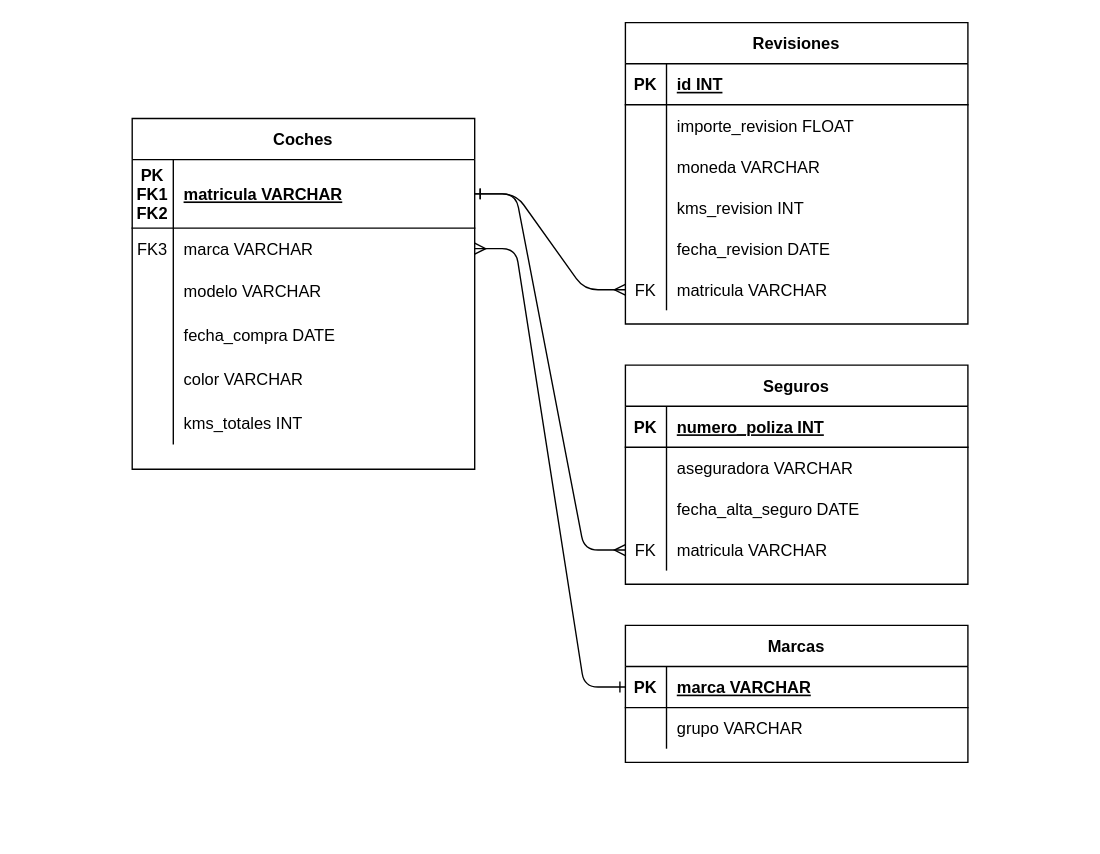
Before: PrácticaBBDD23.drawio in Marcnava/Practica-Bases-de-Datos, a draw.io diagram. Source tidied: cells renumbered, new cells numbered last; positions are measured from the earlier drawing's top-left corner, leaving out a move shared by most shapes. Both pictures are drawn from the tidied source at 137%, with x=0, y=0 at pixel (-1019, 22).
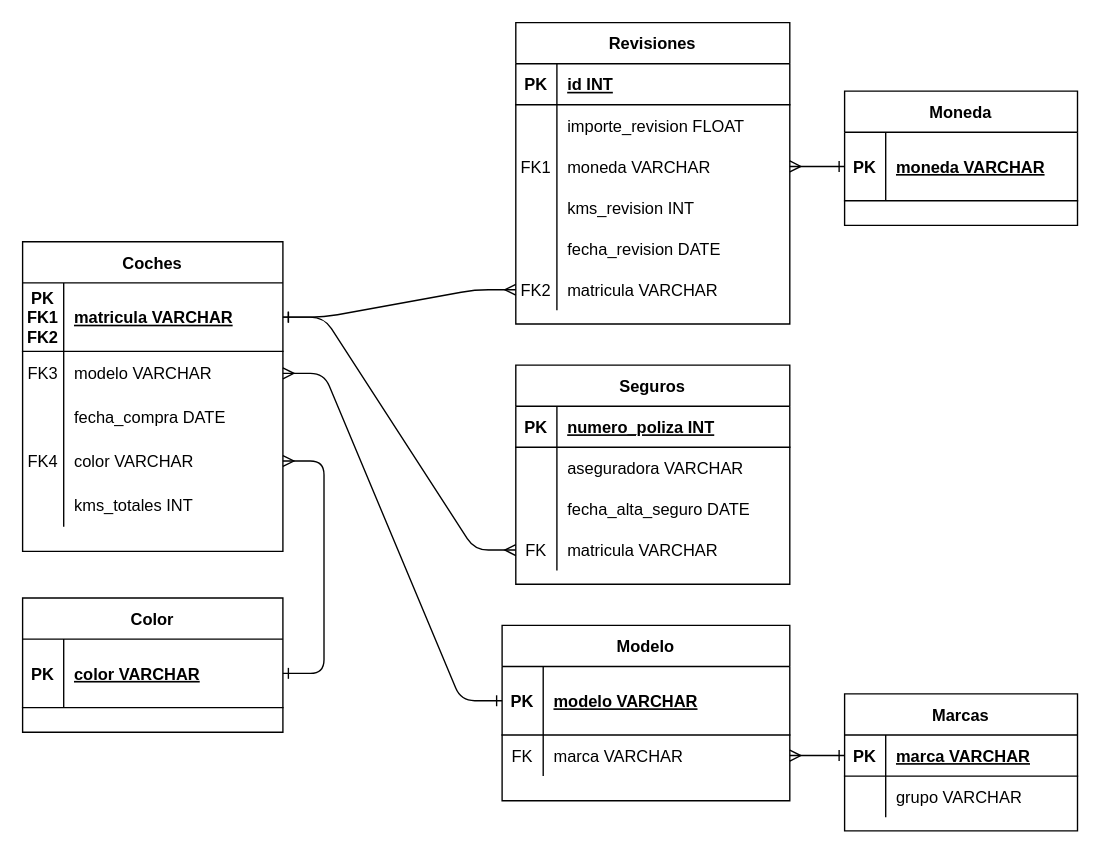
Above is the later version.

What changed in the source:
```diff
@@
     <mxCell id="2" value="Seguros" style="shape=table;startSize=30;childLayout=tableLayout;rowLines=0;fontStyle=1;align=center;" parent="1" vertex="1">
-      <mxGeometry x="1200" y="250" width="250" height="160" as="geometry" />
+      <mxGeometry x="1120" y="250" width="200" height="160" as="geometry" />
     </mxCell>
     <mxCell id="3" style="shape=partialRectangle;fillColor=none;top=0;left=0;right=0;bottom=1;" parent="2" vertex="1">
-      <mxGeometry y="30" width="250" height="30" as="geometry" />
+      <mxGeometry y="30" width="200" height="30" as="geometry" />
     </mxCell>
@@
     <mxCell id="5" value="numero_poliza INT" style="shape=partialRectangle;overflow=hidden;fillColor=none;top=0;left=0;bottom=0;right=0;align=left;spacingLeft=6;fontStyle=5;" parent="3" vertex="1">
-      <mxGeometry x="30" width="220" height="30" as="geometry" />
+      <mxGeometry x="30" width="170" height="30" as="geometry" />
     </mxCell>
     <mxCell id="6" style="shape=partialRectangle;fillColor=none;top=0;left=0;right=0;bottom=0;" parent="2" vertex="1">
-      <mxGeometry y="60" width="250" height="30" as="geometry" />
+      <mxGeometry y="60" width="200" height="30" as="geometry" />
     </mxCell>
@@
     <mxCell id="8" value="aseguradora VARCHAR" style="shape=partialRectangle;overflow=hidden;fillColor=none;top=0;left=0;bottom=0;right=0;align=left;spacingLeft=6;" parent="6" vertex="1">
-      <mxGeometry x="30" width="220" height="30" as="geometry" />
+      <mxGeometry x="30" width="170" height="30" as="geometry" />
     </mxCell>
     <mxCell id="9" style="shape=partialRectangle;fillColor=none;top=0;left=0;right=0;bottom=0;" parent="2" vertex="1">
-      <mxGeometry y="90" width="250" height="30" as="geometry" />
+      <mxGeometry y="90" width="200" height="30" as="geometry" />
     </mxCell>
@@
     <mxCell id="11" value="fecha_alta_seguro DATE" style="shape=partialRectangle;overflow=hidden;fillColor=none;top=0;left=0;bottom=0;right=0;align=left;spacingLeft=6;" parent="9" vertex="1">
-      <mxGeometry x="30" width="220" height="30" as="geometry" />
+      <mxGeometry x="30" width="170" height="30" as="geometry" />
     </mxCell>
     <mxCell id="12" style="shape=partialRectangle;fillColor=none;points=[[0,0.5],[1,0.5]];portConstraint=eastwest;top=0;left=0;right=0;bottom=0;" parent="2" vertex="1">
-      <mxGeometry y="120" width="250" height="30" as="geometry" />
+      <mxGeometry y="120" width="200" height="30" as="geometry" />
     </mxCell>
@@
     <mxCell id="14" value="matricula VARCHAR" style="shape=partialRectangle;overflow=hidden;fillColor=none;top=0;left=0;bottom=0;right=0;align=left;spacingLeft=6;" parent="12" vertex="1">
-      <mxGeometry x="30" width="220" height="30" as="geometry" />
+      <mxGeometry x="30" width="170" height="30" as="geometry" />
     </mxCell>
     <mxCell id="15" value="Revisiones" style="shape=table;startSize=30;childLayout=tableLayout;rowLines=0;fontStyle=1;align=center;" parent="1" vertex="1">
-      <mxGeometry x="1200" width="250" height="220" as="geometry" />
+      <mxGeometry x="1120" width="200" height="220" as="geometry" />
     </mxCell>
     <mxCell id="16" style="shape=partialRectangle;fillColor=none;top=0;left=0;right=0;bottom=1;" parent="15" vertex="1">
-      <mxGeometry y="30" width="250" height="30" as="geometry" />
+      <mxGeometry y="30" width="200" height="30" as="geometry" />
     </mxCell>
@@
     <mxCell id="18" value="id INT" style="shape=partialRectangle;overflow=hidden;fillColor=none;top=0;left=0;bottom=0;right=0;align=left;spacingLeft=6;fontStyle=5;" parent="16" vertex="1">
-      <mxGeometry x="30" width="220" height="30" as="geometry" />
+      <mxGeometry x="30" width="170" height="30" as="geometry" />
     </mxCell>
     <mxCell id="19" style="shape=partialRectangle;fillColor=none;top=0;left=0;right=0;bottom=0;" parent="15" vertex="1">
-      <mxGeometry y="60" width="250" height="30" as="geometry" />
+      <mxGeometry y="60" width="200" height="30" as="geometry" />
     </mxCell>
@@
     <mxCell id="21" value="importe_revision FLOAT" style="shape=partialRectangle;overflow=hidden;fillColor=none;top=0;left=0;bottom=0;right=0;align=left;spacingLeft=6;" parent="19" vertex="1">
-      <mxGeometry x="30" width="220" height="30" as="geometry" />
+      <mxGeometry x="30" width="170" height="30" as="geometry" />
     </mxCell>
     <mxCell id="22" style="shape=partialRectangle;fillColor=none;points=[[0,0.5],[1,0.5]];portConstraint=eastwest;top=0;left=0;right=0;bottom=0;" parent="15" vertex="1">
-      <mxGeometry y="90" width="250" height="30" as="geometry" />
+      <mxGeometry y="90" width="200" height="30" as="geometry" />
     </mxCell>
-    <mxCell id="23" style="shape=partialRectangle;overflow=hidden;fillColor=none;top=0;left=0;bottom=0;right=0;" parent="22" vertex="1">
+    <mxCell id="23" value="FK1" style="shape=partialRectangle;overflow=hidden;fillColor=none;top=0;left=0;bottom=0;right=0;" parent="22" vertex="1">
       <mxGeometry width="30" height="30" as="geometry" />
     </mxCell>
     <mxCell id="24" value="moneda VARCHAR" style="shape=partialRectangle;overflow=hidden;fillColor=none;top=0;left=0;bottom=0;right=0;align=left;spacingLeft=6;" parent="22" vertex="1">
-      <mxGeometry x="30" width="220" height="30" as="geometry" />
+      <mxGeometry x="30" width="170" height="30" as="geometry" />
     </mxCell>
     <mxCell id="25" style="shape=partialRectangle;fillColor=none;top=0;left=0;right=0;bottom=0;" parent="15" vertex="1">
-      <mxGeometry y="120" width="250" height="30" as="geometry" />
+      <mxGeometry y="120" width="200" height="30" as="geometry" />
     </mxCell>
@@
     <mxCell id="27" value="kms_revision INT" style="shape=partialRectangle;overflow=hidden;fillColor=none;top=0;left=0;bottom=0;right=0;align=left;spacingLeft=6;" parent="25" vertex="1">
-      <mxGeometry x="30" width="220" height="30" as="geometry" />
+      <mxGeometry x="30" width="170" height="30" as="geometry" />
     </mxCell>
     <mxCell id="28" style="shape=partialRectangle;fillColor=none;top=0;left=0;right=0;bottom=0;" parent="15" vertex="1">
-      <mxGeometry y="150" width="250" height="30" as="geometry" />
+      <mxGeometry y="150" width="200" height="30" as="geometry" />
     </mxCell>
@@
     <mxCell id="30" value="fecha_revision DATE" style="shape=partialRectangle;overflow=hidden;fillColor=none;top=0;left=0;bottom=0;right=0;align=left;spacingLeft=6;" parent="28" vertex="1">
-      <mxGeometry x="30" width="220" height="30" as="geometry" />
+      <mxGeometry x="30" width="170" height="30" as="geometry" />
     </mxCell>
     <mxCell id="31" style="shape=partialRectangle;fillColor=none;points=[[0,0.5],[1,0.5]];portConstraint=eastwest;top=0;left=0;right=0;bottom=0;" parent="15" vertex="1">
-      <mxGeometry y="180" width="250" height="30" as="geometry" />
+      <mxGeometry y="180" width="200" height="30" as="geometry" />
     </mxCell>
-    <mxCell id="32" value="FK" style="shape=partialRectangle;overflow=hidden;fillColor=none;top=0;left=0;bottom=0;right=0;" parent="31" vertex="1">
+    <mxCell id="32" value="FK2" style="shape=partialRectangle;overflow=hidden;fillColor=none;top=0;left=0;bottom=0;right=0;" parent="31" vertex="1">
       <mxGeometry width="30" height="30" as="geometry" />
     </mxCell>
     <mxCell id="33" value="matricula VARCHAR" style="shape=partialRectangle;overflow=hidden;fillColor=none;top=0;left=0;bottom=0;right=0;align=left;spacingLeft=6;" parent="31" vertex="1">
-      <mxGeometry x="30" width="220" height="30" as="geometry" />
+      <mxGeometry x="30" width="170" height="30" as="geometry" />
     </mxCell>
     <mxCell id="34" value="Coches" style="shape=table;startSize=30;childLayout=tableLayout;rowLines=0;fontStyle=1;align=center;" parent="1" vertex="1">
-      <mxGeometry x="840" y="70" width="250" height="256" as="geometry" />
+      <mxGeometry x="760" y="160" width="190" height="226" as="geometry" />
     </mxCell>
     <mxCell id="35" style="shape=partialRectangle;fillColor=none;points=[[0,0.5],[1,0.5]];portConstraint=eastwest;top=0;left=0;right=0;bottom=1;" parent="34" vertex="1">
-      <mxGeometry y="30" width="250" height="50" as="geometry" />
+      <mxGeometry y="30" width="190" height="50" as="geometry" />
     </mxCell>
@@
     <mxCell id="37" value="matricula VARCHAR" style="shape=partialRectangle;overflow=hidden;fillColor=none;top=0;left=0;bottom=0;right=0;align=left;spacingLeft=6;fontStyle=5;" parent="35" vertex="1">
-      <mxGeometry x="30" width="220" height="50" as="geometry" />
+      <mxGeometry x="30" width="160" height="50" as="geometry" />
     </mxCell>
-    <mxCell id="38" style="shape=partialRectangle;fillColor=none;points=[[0,0.5],[1,0.5]];portConstraint=eastwest;top=0;left=0;right=0;bottom=0;" parent="34" vertex="1">
-      <mxGeometry y="80" width="250" height="30" as="geometry" />
-    </mxCell>
-    <mxCell id="39" value="FK3" style="shape=partialRectangle;overflow=hidden;fillColor=none;top=0;left=0;bottom=0;right=0;" parent="38" vertex="1">
-      <mxGeometry width="30" height="30" as="geometry" />
-    </mxCell>
-    <mxCell id="40" value="marca VARCHAR" style="shape=partialRectangle;overflow=hidden;fillColor=none;top=0;left=0;bottom=0;right=0;align=left;spacingLeft=6;" parent="38" vertex="1">
-      <mxGeometry x="30" width="220" height="30" as="geometry" />
-    </mxCell>
     <mxCell id="41" style="shape=partialRectangle;fillColor=none;points=[[0,0.5],[1,0.5]];portConstraint=eastwest;top=0;left=0;right=0;bottom=0;" parent="34" vertex="1">
-      <mxGeometry y="110" width="250" height="32" as="geometry" />
+      <mxGeometry y="80" width="190" height="32" as="geometry" />
     </mxCell>
-    <mxCell id="42" style="shape=partialRectangle;overflow=hidden;fillColor=none;top=0;left=0;bottom=0;right=0;" parent="41" vertex="1">
+    <mxCell id="42" value="FK3" style="shape=partialRectangle;overflow=hidden;fillColor=none;top=0;left=0;bottom=0;right=0;" parent="41" vertex="1">
       <mxGeometry width="30" height="32" as="geometry" />
     </mxCell>
     <mxCell id="43" value="modelo VARCHAR" style="shape=partialRectangle;overflow=hidden;fillColor=none;top=0;left=0;bottom=0;right=0;align=left;spacingLeft=6;" parent="41" vertex="1">
-      <mxGeometry x="30" width="220" height="32" as="geometry" />
+      <mxGeometry x="30" width="160" height="32" as="geometry" />
     </mxCell>
     <mxCell id="44" style="shape=partialRectangle;fillColor=none;top=0;left=0;right=0;bottom=0;" parent="34" vertex="1">
-      <mxGeometry y="142" width="250" height="32" as="geometry" />
+      <mxGeometry y="112" width="190" height="32" as="geometry" />
     </mxCell>
@@
     <mxCell id="46" value="fecha_compra DATE" style="shape=partialRectangle;overflow=hidden;fillColor=none;top=0;left=0;bottom=0;right=0;align=left;spacingLeft=6;" parent="44" vertex="1">
-      <mxGeometry x="30" width="220" height="32" as="geometry" />
+      <mxGeometry x="30" width="160" height="32" as="geometry" />
     </mxCell>
     <mxCell id="47" style="shape=partialRectangle;fillColor=none;points=[[0,0.5],[1,0.5]];portConstraint=eastwest;top=0;left=0;right=0;bottom=0;" parent="34" vertex="1">
-      <mxGeometry y="174" width="250" height="32" as="geometry" />
+      <mxGeometry y="144" width="190" height="32" as="geometry" />
     </mxCell>
-    <mxCell id="48" style="shape=partialRectangle;overflow=hidden;fillColor=none;top=0;left=0;bottom=0;right=0;" parent="47" vertex="1">
+    <mxCell id="48" value="FK4" style="shape=partialRectangle;overflow=hidden;fillColor=none;top=0;left=0;bottom=0;right=0;" parent="47" vertex="1">
       <mxGeometry width="30" height="32" as="geometry" />
     </mxCell>
     <mxCell id="49" value="color VARCHAR" style="shape=partialRectangle;overflow=hidden;fillColor=none;top=0;left=0;bottom=0;right=0;align=left;spacingLeft=6;" parent="47" vertex="1">
-      <mxGeometry x="30" width="220" height="32" as="geometry" />
+      <mxGeometry x="30" width="160" height="32" as="geometry" />
     </mxCell>
     <mxCell id="50" style="shape=partialRectangle;fillColor=none;top=0;left=0;right=0;bottom=0;" parent="34" vertex="1">
-      <mxGeometry y="206" width="250" height="32" as="geometry" />
+      <mxGeometry y="176" width="190" height="32" as="geometry" />
     </mxCell>
@@
     <mxCell id="52" value="kms_totales INT" style="shape=partialRectangle;overflow=hidden;fillColor=none;top=0;left=0;bottom=0;right=0;align=left;spacingLeft=6;" parent="50" vertex="1">
-      <mxGeometry x="30" width="220" height="32" as="geometry" />
+      <mxGeometry x="30" width="160" height="32" as="geometry" />
     </mxCell>
     <mxCell id="53" value="Marcas" style="shape=table;startSize=30;childLayout=tableLayout;rowLines=0;fontStyle=1;align=center;" parent="1" vertex="1">
-      <mxGeometry x="1200" y="440" width="250" height="100" as="geometry" />
+      <mxGeometry x="1360" y="490" width="170" height="100" as="geometry" />
     </mxCell>
     <mxCell id="54" style="shape=partialRectangle;fillColor=none;points=[[0,0.5],[1,0.5]];portConstraint=eastwest;top=0;left=0;right=0;bottom=1;" parent="53" vertex="1">
-      <mxGeometry y="30" width="250" height="30" as="geometry" />
+      <mxGeometry y="30" width="170" height="30" as="geometry" />
     </mxCell>
@@
     <mxCell id="56" value="marca VARCHAR" style="shape=partialRectangle;overflow=hidden;fillColor=none;top=0;left=0;bottom=0;right=0;align=left;spacingLeft=6;fontStyle=5;" parent="54" vertex="1">
-      <mxGeometry x="30" width="220" height="30" as="geometry" />
+      <mxGeometry x="30" width="140" height="30" as="geometry" />
     </mxCell>
     <mxCell id="57" style="shape=partialRectangle;fillColor=none;top=0;left=0;right=0;bottom=0;" parent="53" vertex="1">
-      <mxGeometry y="60" width="250" height="30" as="geometry" />
+      <mxGeometry y="60" width="170" height="30" as="geometry" />
     </mxCell>
@@
     <mxCell id="59" value="grupo VARCHAR" style="shape=partialRectangle;overflow=hidden;fillColor=none;top=0;left=0;bottom=0;right=0;align=left;spacingLeft=6;" parent="57" vertex="1">
-      <mxGeometry x="30" width="220" height="30" as="geometry" />
+      <mxGeometry x="30" width="140" height="30" as="geometry" />
     </mxCell>
-    <mxCell id="60" style="edgeStyle=entityRelationEdgeStyle;endArrow=ERmany;startArrow=ERone;endFill=0;startFill=0;" parent="1" edge="1" source="54" target="38">
+    <mxCell id="60" style="edgeStyle=entityRelationEdgeStyle;endArrow=ERmany;startArrow=ERone;endFill=0;startFill=0;entryX=1;entryY=0.5;entryDx=0;entryDy=0;exitX=0;exitY=0.5;exitDx=0;exitDy=0;" parent="1" edge="1" source="54" target="67">
       <mxGeometry relative="1" as="geometry">
         <Array as="points">
-          <mxPoint x="310" y="320" />
+          <mxPoint x="200" y="585" />
         </Array>
       </mxGeometry>
     </mxCell>
     <mxCell id="61" style="edgeStyle=entityRelationEdgeStyle;endArrow=ERone;startArrow=ERmany;endFill=0;startFill=0;entryX=1;entryY=0.5;entryDx=0;entryDy=0;" parent="1" edge="1" source="31" target="35">
       <mxGeometry relative="1" as="geometry">
         <Array as="points">
-          <mxPoint x="230" y="563" />
+          <mxPoint x="150" y="563" />
         </Array>
       </mxGeometry>
     </mxCell>
     <mxCell id="62" style="edgeStyle=entityRelationEdgeStyle;endArrow=ERone;startArrow=ERmany;endFill=0;startFill=0;" parent="1" edge="1" source="12" target="35">
       <mxGeometry relative="1" as="geometry">
         <Array as="points">
-          <mxPoint y="603" />
+          <mxPoint x="-80" y="603" />
         </Array>
       </mxGeometry>
     </mxCell>
+    <mxCell id="63" value="Modelo" style="shape=table;startSize=30;childLayout=tableLayout;rowLines=0;fontStyle=1;align=center;" parent="1" vertex="1">
+      <mxGeometry x="1110" y="440" width="210" height="128" as="geometry" />
+    </mxCell>
+    <mxCell id="64" style="shape=partialRectangle;fillColor=none;points=[[0,0.5],[1,0.5]];portConstraint=eastwest;top=0;left=0;right=0;bottom=1;" parent="63" vertex="1">
+      <mxGeometry y="30" width="210" height="50" as="geometry" />
+    </mxCell>
+    <mxCell id="65" value="PK" style="shape=partialRectangle;overflow=hidden;fillColor=none;top=0;left=0;bottom=0;right=0;fontStyle=1;" parent="64" vertex="1">
+      <mxGeometry width="30" height="50" as="geometry" />
+    </mxCell>
+    <mxCell id="66" value="modelo VARCHAR" style="shape=partialRectangle;overflow=hidden;fillColor=none;top=0;left=0;bottom=0;right=0;align=left;spacingLeft=6;fontStyle=5;" parent="64" vertex="1">
+      <mxGeometry x="30" width="180" height="50" as="geometry" />
+    </mxCell>
+    <mxCell id="67" style="shape=partialRectangle;fillColor=none;points=[[0,0.5],[1,0.5]];portConstraint=eastwest;top=0;left=0;right=0;bottom=0;" parent="63" vertex="1">
+      <mxGeometry y="80" width="210" height="30" as="geometry" />
+    </mxCell>
+    <mxCell id="68" value="FK" style="shape=partialRectangle;overflow=hidden;fillColor=none;top=0;left=0;bottom=0;right=0;" parent="67" vertex="1">
+      <mxGeometry width="30" height="30" as="geometry" />
+    </mxCell>
+    <mxCell id="40" value="marca VARCHAR" style="shape=partialRectangle;overflow=hidden;fillColor=none;top=0;left=0;bottom=0;right=0;align=left;spacingLeft=6;" parent="67" vertex="1">
+      <mxGeometry x="30" width="180" height="30" as="geometry" />
+    </mxCell>
+    <mxCell id="69" value="Color" style="shape=table;startSize=30;childLayout=tableLayout;rowLines=0;fontStyle=1;align=center;" parent="1" vertex="1">
+      <mxGeometry x="760" y="420" width="190" height="98" as="geometry" />
+    </mxCell>
+    <mxCell id="70" style="shape=partialRectangle;fillColor=none;points=[[0,0.5],[1,0.5]];portConstraint=eastwest;top=0;left=0;right=0;bottom=1;" parent="69" vertex="1">
+      <mxGeometry y="30" width="190" height="50" as="geometry" />
+    </mxCell>
+    <mxCell id="71" value="PK" style="shape=partialRectangle;overflow=hidden;fillColor=none;top=0;left=0;bottom=0;right=0;fontStyle=1;" parent="70" vertex="1">
+      <mxGeometry width="30" height="50" as="geometry" />
+    </mxCell>
+    <mxCell id="72" value="color VARCHAR" style="shape=partialRectangle;overflow=hidden;fillColor=none;top=0;left=0;bottom=0;right=0;align=left;spacingLeft=6;fontStyle=5;" parent="70" vertex="1">
+      <mxGeometry x="30" width="160" height="50" as="geometry" />
+    </mxCell>
+    <mxCell id="73" value="Moneda" style="shape=table;startSize=30;childLayout=tableLayout;rowLines=0;fontStyle=1;align=center;" parent="1" vertex="1">
+      <mxGeometry x="1360" y="50" width="170" height="98" as="geometry" />
+    </mxCell>
+    <mxCell id="74" style="shape=partialRectangle;fillColor=none;points=[[0,0.5],[1,0.5]];portConstraint=eastwest;top=0;left=0;right=0;bottom=1;" parent="73" vertex="1">
+      <mxGeometry y="30" width="170" height="50" as="geometry" />
+    </mxCell>
+    <mxCell id="75" value="PK" style="shape=partialRectangle;overflow=hidden;fillColor=none;top=0;left=0;bottom=0;right=0;fontStyle=1;" parent="74" vertex="1">
+      <mxGeometry width="30" height="50" as="geometry" />
+    </mxCell>
+    <mxCell id="76" value="moneda VARCHAR" style="shape=partialRectangle;overflow=hidden;fillColor=none;top=0;left=0;bottom=0;right=0;align=left;spacingLeft=6;fontStyle=5;" parent="74" vertex="1">
+      <mxGeometry x="30" width="140" height="50" as="geometry" />
+    </mxCell>
+    <mxCell id="77" style="edgeStyle=entityRelationEdgeStyle;endArrow=ERmany;startArrow=ERone;endFill=0;startFill=0;entryX=1;entryY=0.5;entryDx=0;entryDy=0;exitX=0;exitY=0.5;exitDx=0;exitDy=0;" parent="1" edge="1" source="64" target="41">
+      <mxGeometry relative="1" as="geometry">
+        <Array as="points">
+          <mxPoint x="50" y="656" />
+          <mxPoint x="720" y="310" />
+          <mxPoint x="710" y="290" />
+          <mxPoint x="720" y="280" />
+          <mxPoint x="720" y="290" />
+          <mxPoint x="710" y="280" />
+          <mxPoint x="630" y="290" />
+        </Array>
+      </mxGeometry>
+    </mxCell>
+    <mxCell id="78" style="edgeStyle=entityRelationEdgeStyle;endArrow=ERmany;startArrow=ERone;endFill=0;startFill=0;entryX=1;entryY=0.5;entryDx=0;entryDy=0;exitX=1;exitY=0.5;exitDx=0;exitDy=0;" parent="1" edge="1" source="70" target="47">
+      <mxGeometry relative="1" as="geometry">
+        <Array as="points">
+          <mxPoint x="-210" y="990" />
+          <mxPoint x="460" y="644" />
+          <mxPoint x="450" y="624" />
+          <mxPoint x="460" y="614" />
+          <mxPoint x="460" y="624" />
+          <mxPoint x="450" y="614" />
+          <mxPoint x="370" y="624" />
+        </Array>
+      </mxGeometry>
+    </mxCell>
+    <mxCell id="79" style="edgeStyle=entityRelationEdgeStyle;endArrow=ERmany;startArrow=ERone;endFill=0;startFill=0;entryX=1;entryY=0.5;entryDx=0;entryDy=0;exitX=0;exitY=0.5;exitDx=0;exitDy=0;" parent="1" edge="1" source="74" target="22">
+      <mxGeometry relative="1" as="geometry">
+        <Array as="points">
+          <mxPoint x="230" y="340" />
+        </Array>
+      </mxGeometry>
+    </mxCell>
```
